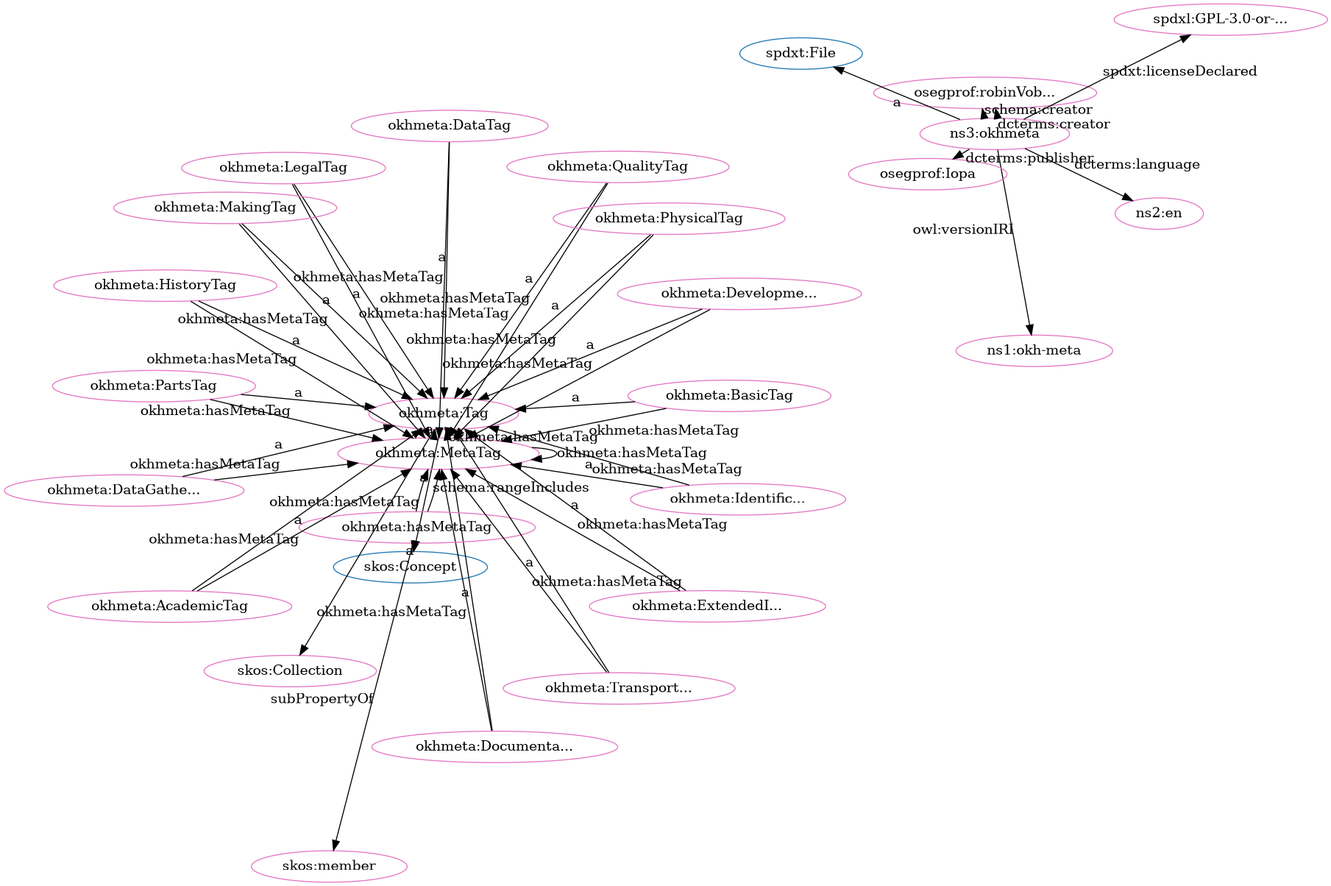
Before: src/spec/fdp_okh-meta-clean.png, a diagram exported from Graphviz (iop-alliance/OpenKnowHow). Its source is kept beside it as src/spec/fdp_okh-meta-clean.dot.
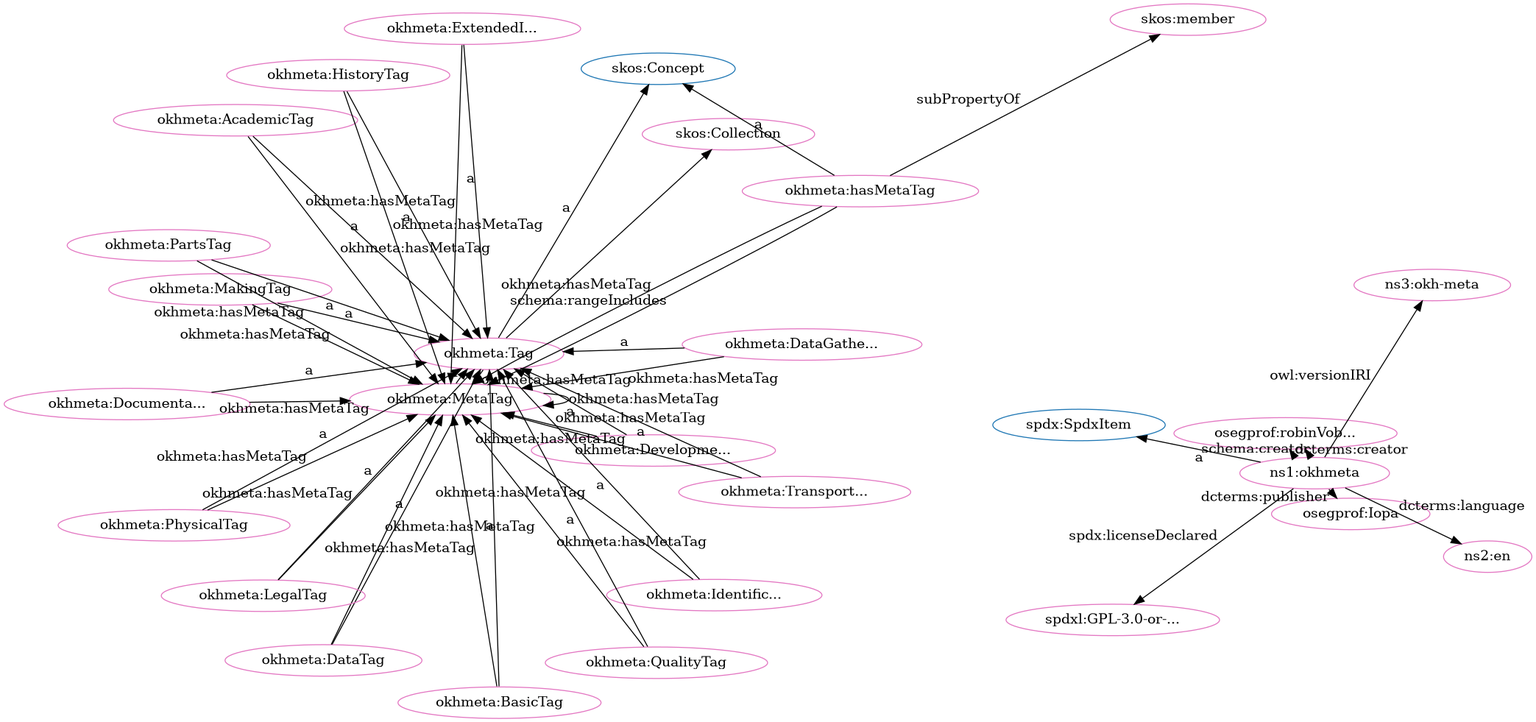
The same diagram one commit later.

The edit, as a diff of the source:
```diff
@@ -1,81 +1,81 @@
 digraph G {
   rankdir=BT
   node[height=.3]
-"http://spdx.org/rdf/terms#File" [fillcolor="#1f77b4" color="#1f77b4" label="spdxt:File"]
+"http://w3id.org/oseg/ont/okhmeta#Tag" [fillcolor="#1f77b4" color="#1f77b4" label="okhmeta:Tag"]
+"http://spdx.org/rdf/terms#SpdxItem" [fillcolor="#1f77b4" color="#1f77b4" label="spdx:SpdxItem"]
+"http://www.w3.org/2004/02/skos/core#Collection" [fillcolor="#1f77b4" color="#1f77b4" label="skos:Collection"]
+"http://w3id.org/oseg/ont/okhmeta#MetaTag" [fillcolor="#1f77b4" color="#1f77b4" label="okhmeta:MetaTag"]
 "http://www.w3.org/2004/02/skos/core#Concept" [fillcolor="#1f77b4" color="#1f77b4" label="skos:Concept"]
-"http://www.w3.org/2004/02/skos/core#Collection" [fillcolor="#1f77b4" color="#1f77b4" label="skos:Collection"]
-"https://w3id.org/oseg/ont/okhmeta#Tag" [fillcolor="#1f77b4" color="#1f77b4" label="okhmeta:Tag"]
-"https://w3id.org/oseg/ont/okhmeta#MetaTag" [fillcolor="#1f77b4" color="#1f77b4" label="okhmeta:MetaTag"]
-"https://w3id.org/oseg/ont/1.1.0/okh-meta" [fillcolor="#e377c2" color="#e377c2" label="ns1:okh-meta"]
-"https://w3id.org/oseg/ont/okhmeta#MetaTag" [fillcolor="#e377c2" color="#e377c2" label="okhmeta:MetaTag"]
-"https://w3id.org/oseg/ont/okhmeta#DevelopmentTag" [fillcolor="#e377c2" color="#e377c2" label="okhmeta:Developme..."]
+"http://w3id.org/oseg/ont/okhmeta#BasicTag" [fillcolor="#e377c2" color="#e377c2" label="okhmeta:BasicTag"]
+"http://w3id.org/oseg/ont/okhmeta#MakingTag" [fillcolor="#e377c2" color="#e377c2" label="okhmeta:MakingTag"]
+"http://w3id.org/oseg/ont/okhmeta#Tag" [fillcolor="#e377c2" color="#e377c2" label="okhmeta:Tag"]
+"http://w3id.org/oseg/ont/oseg-profiles#Iopa" [fillcolor="#e377c2" color="#e377c2" label="osegprof:Iopa"]
+"http://w3id.org/oseg/ont/okhmeta#DataTag" [fillcolor="#e377c2" color="#e377c2" label="okhmeta:DataTag"]
+"http://w3id.org/oseg/ont/okhmeta" [fillcolor="#e377c2" color="#e377c2" label="ns1:okhmeta"]
+"http://w3id.org/oseg/ont/okhmeta#MetaTag" [fillcolor="#e377c2" color="#e377c2" label="okhmeta:MetaTag"]
+"http://w3id.org/oseg/ont/okhmeta#hasMetaTag" [fillcolor="#e377c2" color="#e377c2" label="okhmeta:hasMetaTag"]
+"http://w3id.org/oseg/ont/oseg-profiles#robinVobruba" [fillcolor="#e377c2" color="#e377c2" label="osegprof:robinVob..."]
+"http://w3id.org/oseg/ont/okhmeta#DevelopmentTag" [fillcolor="#e377c2" color="#e377c2" label="okhmeta:Developme..."]
 "http://id.loc.gov/vocabulary/iso639-1/en" [fillcolor="#e377c2" color="#e377c2" label="ns2:en"]
-"https://w3id.org/oseg/ont/oseg-profiles#robinVobruba" [fillcolor="#e377c2" color="#e377c2" label="osegprof:robinVob..."]
-"https://w3id.org/oseg/ont/okhmeta#DataTag" [fillcolor="#e377c2" color="#e377c2" label="okhmeta:DataTag"]
-"https://w3id.org/oseg/ont/okhmeta#ExtendedInfoTag" [fillcolor="#e377c2" color="#e377c2" label="okhmeta:ExtendedI..."]
-"https://w3id.org/oseg/ont/okhmeta#DocumentationTag" [fillcolor="#e377c2" color="#e377c2" label="okhmeta:Documenta..."]
-"https://w3id.org/oseg/ont/okhmeta" [fillcolor="#e377c2" color="#e377c2" label="ns3:okhmeta"]
-"https://w3id.org/oseg/ont/okhmeta#hasMetaTag" [fillcolor="#e377c2" color="#e377c2" label="okhmeta:hasMetaTag"]
-"https://w3id.org/oseg/ont/okhmeta#LegalTag" [fillcolor="#e377c2" color="#e377c2" label="okhmeta:LegalTag"]
-"https://w3id.org/oseg/ont/okhmeta#TransportationTag" [fillcolor="#e377c2" color="#e377c2" label="okhmeta:Transport..."]
-"https://w3id.org/oseg/ont/okhmeta#MakingTag" [fillcolor="#e377c2" color="#e377c2" label="okhmeta:MakingTag"]
-"https://w3id.org/oseg/ont/okhmeta#IdentificationTag" [fillcolor="#e377c2" color="#e377c2" label="okhmeta:Identific..."]
-"https://w3id.org/oseg/ont/okhmeta#QualityTag" [fillcolor="#e377c2" color="#e377c2" label="okhmeta:QualityTag"]
-"https://w3id.org/oseg/ont/okhmeta#Tag" [fillcolor="#e377c2" color="#e377c2" label="okhmeta:Tag"]
-"https://w3id.org/oseg/ont/okhmeta#HistoryTag" [fillcolor="#e377c2" color="#e377c2" label="okhmeta:HistoryTag"]
-"https://spdx.org/licenses/GPL-3.0-or-later" [fillcolor="#e377c2" color="#e377c2" label="spdxl:GPL-3.0-or-..."]
-"https://w3id.org/oseg/ont/okhmeta#PhysicalTag" [fillcolor="#e377c2" color="#e377c2" label="okhmeta:PhysicalTag"]
-"https://w3id.org/oseg/ont/okhmeta#DataGatheringTag" [fillcolor="#e377c2" color="#e377c2" label="okhmeta:DataGathe..."]
-"https://w3id.org/oseg/ont/okhmeta#BasicTag" [fillcolor="#e377c2" color="#e377c2" label="okhmeta:BasicTag"]
-"https://w3id.org/oseg/ont/oseg-profiles#Iopa" [fillcolor="#e377c2" color="#e377c2" label="osegprof:Iopa"]
-"https://w3id.org/oseg/ont/okhmeta#PartsTag" [fillcolor="#e377c2" color="#e377c2" label="okhmeta:PartsTag"]
+"http://w3id.org/oseg/ont/1.1.0/okh-meta" [fillcolor="#e377c2" color="#e377c2" label="ns3:okh-meta"]
+"http://spdx.org/licenses/GPL-3.0-or-later" [fillcolor="#e377c2" color="#e377c2" label="spdxl:GPL-3.0-or-..."]
+"http://w3id.org/oseg/ont/okhmeta#TransportationTag" [fillcolor="#e377c2" color="#e377c2" label="okhmeta:Transport..."]
+"http://w3id.org/oseg/ont/okhmeta#IdentificationTag" [fillcolor="#e377c2" color="#e377c2" label="okhmeta:Identific..."]
+"http://w3id.org/oseg/ont/okhmeta#ExtendedInfoTag" [fillcolor="#e377c2" color="#e377c2" label="okhmeta:ExtendedI..."]
+"http://w3id.org/oseg/ont/okhmeta#LegalTag" [fillcolor="#e377c2" color="#e377c2" label="okhmeta:LegalTag"]
+"http://www.w3.org/2004/02/skos/core#Collection" [fillcolor="#e377c2" color="#e377c2" label="skos:Collection"]
+"http://w3id.org/oseg/ont/okhmeta#DataGatheringTag" [fillcolor="#e377c2" color="#e377c2" label="okhmeta:DataGathe..."]
+"http://w3id.org/oseg/ont/okhmeta#PhysicalTag" [fillcolor="#e377c2" color="#e377c2" label="okhmeta:PhysicalTag"]
+"http://w3id.org/oseg/ont/okhmeta#QualityTag" [fillcolor="#e377c2" color="#e377c2" label="okhmeta:QualityTag"]
 "http://www.w3.org/2004/02/skos/core#member" [fillcolor="#e377c2" color="#e377c2" label="skos:member"]
-"http://www.w3.org/2004/02/skos/core#Collection" [fillcolor="#e377c2" color="#e377c2" label="skos:Collection"]
-"https://w3id.org/oseg/ont/okhmeta#AcademicTag" [fillcolor="#e377c2" color="#e377c2" label="okhmeta:AcademicTag"]
-  "https://w3id.org/oseg/ont/okhmeta#DevelopmentTag" -> "https://w3id.org/oseg/ont/okhmeta#MetaTag" [label="okhmeta:hasMetaTag"]
-  "https://w3id.org/oseg/ont/okhmeta#DevelopmentTag" -> "https://w3id.org/oseg/ont/okhmeta#Tag" [label="a"]
-  "https://w3id.org/oseg/ont/okhmeta" -> "http://id.loc.gov/vocabulary/iso639-1/en" [label="dcterms:language"]
-  "https://w3id.org/oseg/ont/okhmeta" -> "https://w3id.org/oseg/ont/oseg-profiles#robinVobruba" [label="schema:creator"]
-  "https://w3id.org/oseg/ont/okhmeta#BasicTag" -> "https://w3id.org/oseg/ont/okhmeta#MetaTag" [label="okhmeta:hasMetaTag"]
-  "https://w3id.org/oseg/ont/okhmeta#hasMetaTag" -> "https://w3id.org/oseg/ont/okhmeta#MetaTag" [label="okhmeta:hasMetaTag"]
-  "https://w3id.org/oseg/ont/okhmeta#ExtendedInfoTag" -> "https://w3id.org/oseg/ont/okhmeta#Tag" [label="a"]
-  "https://w3id.org/oseg/ont/okhmeta#LegalTag" -> "https://w3id.org/oseg/ont/okhmeta#Tag" [label="a"]
-  "https://w3id.org/oseg/ont/okhmeta#TransportationTag" -> "https://w3id.org/oseg/ont/okhmeta#Tag" [label="a"]
-  "https://w3id.org/oseg/ont/okhmeta#HistoryTag" -> "https://w3id.org/oseg/ont/okhmeta#MetaTag" [label="okhmeta:hasMetaTag"]
-  "https://w3id.org/oseg/ont/okhmeta#QualityTag" -> "https://w3id.org/oseg/ont/okhmeta#Tag" [label="a"]
-  "https://w3id.org/oseg/ont/okhmeta#Tag" -> "http://www.w3.org/2004/02/skos/core#Concept" [label="a"]
-  "https://w3id.org/oseg/ont/okhmeta#HistoryTag" -> "https://w3id.org/oseg/ont/okhmeta#Tag" [label="a"]
-  "https://w3id.org/oseg/ont/okhmeta" -> "https://spdx.org/licenses/GPL-3.0-or-later" [label="spdxt:licenseDeclared"]
-  "https://w3id.org/oseg/ont/okhmeta#MetaTag" -> "https://w3id.org/oseg/ont/okhmeta#MetaTag" [label="okhmeta:hasMetaTag"]
-  "https://w3id.org/oseg/ont/okhmeta#MetaTag" -> "https://w3id.org/oseg/ont/okhmeta#Tag" [label="a"]
-  "https://w3id.org/oseg/ont/okhmeta#ExtendedInfoTag" -> "https://w3id.org/oseg/ont/okhmeta#MetaTag" [label="okhmeta:hasMetaTag"]
-  "https://w3id.org/oseg/ont/okhmeta#DataGatheringTag" -> "https://w3id.org/oseg/ont/okhmeta#Tag" [label="a"]
-  "https://w3id.org/oseg/ont/okhmeta#PartsTag" -> "https://w3id.org/oseg/ont/okhmeta#Tag" [label="a"]
-  "https://w3id.org/oseg/ont/okhmeta#LegalTag" -> "https://w3id.org/oseg/ont/okhmeta#MetaTag" [label="okhmeta:hasMetaTag"]
-  "https://w3id.org/oseg/ont/okhmeta#hasMetaTag" -> "http://www.w3.org/2004/02/skos/core#member" [label="subPropertyOf"]
-  "https://w3id.org/oseg/ont/okhmeta#Tag" -> "http://www.w3.org/2004/02/skos/core#Collection" [label=""]
-  "https://w3id.org/oseg/ont/okhmeta#MakingTag" -> "https://w3id.org/oseg/ont/okhmeta#MetaTag" [label="okhmeta:hasMetaTag"]
-  "https://w3id.org/oseg/ont/okhmeta" -> "https://w3id.org/oseg/ont/1.1.0/okh-meta" [label="owl:versionIRI"]
-  "https://w3id.org/oseg/ont/okhmeta#QualityTag" -> "https://w3id.org/oseg/ont/okhmeta#MetaTag" [label="okhmeta:hasMetaTag"]
-  "https://w3id.org/oseg/ont/okhmeta#hasMetaTag" -> "https://w3id.org/oseg/ont/okhmeta#MetaTag" [label="schema:rangeIncludes"]
-  "https://w3id.org/oseg/ont/okhmeta#PartsTag" -> "https://w3id.org/oseg/ont/okhmeta#MetaTag" [label="okhmeta:hasMetaTag"]
-  "https://w3id.org/oseg/ont/okhmeta#DataTag" -> "https://w3id.org/oseg/ont/okhmeta#MetaTag" [label="okhmeta:hasMetaTag"]
-  "https://w3id.org/oseg/ont/okhmeta#DataTag" -> "https://w3id.org/oseg/ont/okhmeta#Tag" [label="a"]
-  "https://w3id.org/oseg/ont/okhmeta#DocumentationTag" -> "https://w3id.org/oseg/ont/okhmeta#Tag" [label="a"]
-  "https://w3id.org/oseg/ont/okhmeta#hasMetaTag" -> "http://www.w3.org/2004/02/skos/core#Concept" [label="a"]
-  "https://w3id.org/oseg/ont/okhmeta#Tag" -> "https://w3id.org/oseg/ont/okhmeta#MetaTag" [label="okhmeta:hasMetaTag"]
-  "https://w3id.org/oseg/ont/okhmeta#TransportationTag" -> "https://w3id.org/oseg/ont/okhmeta#MetaTag" [label="okhmeta:hasMetaTag"]
-  "https://w3id.org/oseg/ont/okhmeta#MakingTag" -> "https://w3id.org/oseg/ont/okhmeta#Tag" [label="a"]
-  "https://w3id.org/oseg/ont/okhmeta#IdentificationTag" -> "https://w3id.org/oseg/ont/okhmeta#MetaTag" [label="okhmeta:hasMetaTag"]
-  "https://w3id.org/oseg/ont/okhmeta#IdentificationTag" -> "https://w3id.org/oseg/ont/okhmeta#Tag" [label="a"]
-  "https://w3id.org/oseg/ont/okhmeta#PhysicalTag" -> "https://w3id.org/oseg/ont/okhmeta#MetaTag" [label="okhmeta:hasMetaTag"]
-  "https://w3id.org/oseg/ont/okhmeta" -> "https://w3id.org/oseg/ont/oseg-profiles#robinVobruba" [label="dcterms:creator"]
-  "https://w3id.org/oseg/ont/okhmeta#PhysicalTag" -> "https://w3id.org/oseg/ont/okhmeta#Tag" [label="a"]
-  "https://w3id.org/oseg/ont/okhmeta#DocumentationTag" -> "https://w3id.org/oseg/ont/okhmeta#MetaTag" [label="okhmeta:hasMetaTag"]
-  "https://w3id.org/oseg/ont/okhmeta#DataGatheringTag" -> "https://w3id.org/oseg/ont/okhmeta#MetaTag" [label="okhmeta:hasMetaTag"]
-  "https://w3id.org/oseg/ont/okhmeta#BasicTag" -> "https://w3id.org/oseg/ont/okhmeta#Tag" [label="a"]
-  "https://w3id.org/oseg/ont/okhmeta" -> "https://w3id.org/oseg/ont/oseg-profiles#Iopa" [label="dcterms:publisher"]
-  "https://w3id.org/oseg/ont/okhmeta#AcademicTag" -> "https://w3id.org/oseg/ont/okhmeta#MetaTag" [label="okhmeta:hasMetaTag"]
-  "https://w3id.org/oseg/ont/okhmeta" -> "http://spdx.org/rdf/terms#File" [label="a"]
-  "https://w3id.org/oseg/ont/okhmeta#AcademicTag" -> "https://w3id.org/oseg/ont/okhmeta#Tag" [label="a"]
+"http://w3id.org/oseg/ont/okhmeta#AcademicTag" [fillcolor="#e377c2" color="#e377c2" label="okhmeta:AcademicTag"]
+"http://w3id.org/oseg/ont/okhmeta#HistoryTag" [fillcolor="#e377c2" color="#e377c2" label="okhmeta:HistoryTag"]
+"http://w3id.org/oseg/ont/okhmeta#PartsTag" [fillcolor="#e377c2" color="#e377c2" label="okhmeta:PartsTag"]
+"http://w3id.org/oseg/ont/okhmeta#DocumentationTag" [fillcolor="#e377c2" color="#e377c2" label="okhmeta:Documenta..."]
+  "http://w3id.org/oseg/ont/okhmeta#MakingTag" -> "http://w3id.org/oseg/ont/okhmeta#Tag" [label="a"]
+  "http://w3id.org/oseg/ont/okhmeta#MakingTag" -> "http://w3id.org/oseg/ont/okhmeta#MetaTag" [label="okhmeta:hasMetaTag"]
+  "http://w3id.org/oseg/ont/okhmeta" -> "http://w3id.org/oseg/ont/oseg-profiles#Iopa" [label="dcterms:publisher"]
+  "http://w3id.org/oseg/ont/okhmeta#DataTag" -> "http://w3id.org/oseg/ont/okhmeta#Tag" [label="a"]
+  "http://w3id.org/oseg/ont/okhmeta" -> "http://w3id.org/oseg/ont/oseg-profiles#robinVobruba" [label="dcterms:creator"]
+  "http://w3id.org/oseg/ont/okhmeta#hasMetaTag" -> "http://w3id.org/oseg/ont/okhmeta#MetaTag" [label="schema:rangeIncludes"]
+  "http://w3id.org/oseg/ont/okhmeta" -> "http://id.loc.gov/vocabulary/iso639-1/en" [label="dcterms:language"]
+  "http://w3id.org/oseg/ont/okhmeta#PartsTag" -> "http://w3id.org/oseg/ont/okhmeta#MetaTag" [label="okhmeta:hasMetaTag"]
+  "http://w3id.org/oseg/ont/okhmeta#DocumentationTag" -> "http://w3id.org/oseg/ont/okhmeta#MetaTag" [label="okhmeta:hasMetaTag"]
+  "http://w3id.org/oseg/ont/okhmeta#MetaTag" -> "http://w3id.org/oseg/ont/okhmeta#MetaTag" [label="okhmeta:hasMetaTag"]
+  "http://w3id.org/oseg/ont/okhmeta#TransportationTag" -> "http://w3id.org/oseg/ont/okhmeta#Tag" [label="a"]
+  "http://w3id.org/oseg/ont/okhmeta#IdentificationTag" -> "http://w3id.org/oseg/ont/okhmeta#Tag" [label="a"]
+  "http://w3id.org/oseg/ont/okhmeta#DataTag" -> "http://w3id.org/oseg/ont/okhmeta#MetaTag" [label="okhmeta:hasMetaTag"]
+  "http://w3id.org/oseg/ont/okhmeta#ExtendedInfoTag" -> "http://w3id.org/oseg/ont/okhmeta#Tag" [label="a"]
+  "http://w3id.org/oseg/ont/okhmeta#LegalTag" -> "http://w3id.org/oseg/ont/okhmeta#Tag" [label="a"]
+  "http://w3id.org/oseg/ont/okhmeta#DataGatheringTag" -> "http://w3id.org/oseg/ont/okhmeta#Tag" [label="a"]
+  "http://w3id.org/oseg/ont/okhmeta#PhysicalTag" -> "http://w3id.org/oseg/ont/okhmeta#Tag" [label="a"]
+  "http://w3id.org/oseg/ont/okhmeta#QualityTag" -> "http://w3id.org/oseg/ont/okhmeta#Tag" [label="a"]
+  "http://w3id.org/oseg/ont/okhmeta#DevelopmentTag" -> "http://w3id.org/oseg/ont/okhmeta#MetaTag" [label="okhmeta:hasMetaTag"]
+  "http://w3id.org/oseg/ont/okhmeta#AcademicTag" -> "http://w3id.org/oseg/ont/okhmeta#Tag" [label="a"]
+  "http://w3id.org/oseg/ont/okhmeta#HistoryTag" -> "http://w3id.org/oseg/ont/okhmeta#Tag" [label="a"]
+  "http://w3id.org/oseg/ont/okhmeta#BasicTag" -> "http://w3id.org/oseg/ont/okhmeta#MetaTag" [label="okhmeta:hasMetaTag"]
+  "http://w3id.org/oseg/ont/okhmeta#BasicTag" -> "http://w3id.org/oseg/ont/okhmeta#Tag" [label="a"]
+  "http://w3id.org/oseg/ont/okhmeta#Tag" -> "http://www.w3.org/2004/02/skos/core#Concept" [label="a"]
+  "http://w3id.org/oseg/ont/okhmeta" -> "http://spdx.org/rdf/terms#SpdxItem" [label="a"]
+  "http://w3id.org/oseg/ont/okhmeta#ExtendedInfoTag" -> "http://w3id.org/oseg/ont/okhmeta#MetaTag" [label="okhmeta:hasMetaTag"]
+  "http://w3id.org/oseg/ont/okhmeta#LegalTag" -> "http://w3id.org/oseg/ont/okhmeta#MetaTag" [label="okhmeta:hasMetaTag"]
+  "http://w3id.org/oseg/ont/okhmeta#DataGatheringTag" -> "http://w3id.org/oseg/ont/okhmeta#MetaTag" [label="okhmeta:hasMetaTag"]
+  "http://w3id.org/oseg/ont/okhmeta#DevelopmentTag" -> "http://w3id.org/oseg/ont/okhmeta#Tag" [label="a"]
+  "http://w3id.org/oseg/ont/okhmeta#Tag" -> "http://w3id.org/oseg/ont/okhmeta#MetaTag" [label="okhmeta:hasMetaTag"]
+  "http://w3id.org/oseg/ont/okhmeta#HistoryTag" -> "http://w3id.org/oseg/ont/okhmeta#MetaTag" [label="okhmeta:hasMetaTag"]
+  "http://w3id.org/oseg/ont/okhmeta" -> "http://w3id.org/oseg/ont/1.1.0/okh-meta" [label="owl:versionIRI"]
+  "http://w3id.org/oseg/ont/okhmeta#TransportationTag" -> "http://w3id.org/oseg/ont/okhmeta#MetaTag" [label="okhmeta:hasMetaTag"]
+  "http://w3id.org/oseg/ont/okhmeta#MetaTag" -> "http://w3id.org/oseg/ont/okhmeta#Tag" [label="a"]
+  "http://w3id.org/oseg/ont/okhmeta" -> "http://spdx.org/licenses/GPL-3.0-or-later" [label="spdx:licenseDeclared"]
+  "http://w3id.org/oseg/ont/okhmeta#PhysicalTag" -> "http://w3id.org/oseg/ont/okhmeta#MetaTag" [label="okhmeta:hasMetaTag"]
+  "http://w3id.org/oseg/ont/okhmeta#QualityTag" -> "http://w3id.org/oseg/ont/okhmeta#MetaTag" [label="okhmeta:hasMetaTag"]
+  "http://w3id.org/oseg/ont/okhmeta#Tag" -> "http://www.w3.org/2004/02/skos/core#Collection" [label=""]
+  "http://w3id.org/oseg/ont/okhmeta#hasMetaTag" -> "http://www.w3.org/2004/02/skos/core#Concept" [label="a"]
+  "http://w3id.org/oseg/ont/okhmeta#IdentificationTag" -> "http://w3id.org/oseg/ont/okhmeta#MetaTag" [label="okhmeta:hasMetaTag"]
+  "http://w3id.org/oseg/ont/okhmeta" -> "http://w3id.org/oseg/ont/oseg-profiles#robinVobruba" [label="schema:creator"]
+  "http://w3id.org/oseg/ont/okhmeta#hasMetaTag" -> "http://www.w3.org/2004/02/skos/core#member" [label="subPropertyOf"]
+  "http://w3id.org/oseg/ont/okhmeta#AcademicTag" -> "http://w3id.org/oseg/ont/okhmeta#MetaTag" [label="okhmeta:hasMetaTag"]
+  "http://w3id.org/oseg/ont/okhmeta#hasMetaTag" -> "http://w3id.org/oseg/ont/okhmeta#MetaTag" [label="okhmeta:hasMetaTag"]
+  "http://w3id.org/oseg/ont/okhmeta#PartsTag" -> "http://w3id.org/oseg/ont/okhmeta#Tag" [label="a"]
+  "http://w3id.org/oseg/ont/okhmeta#DocumentationTag" -> "http://w3id.org/oseg/ont/okhmeta#Tag" [label="a"]
 }
```
